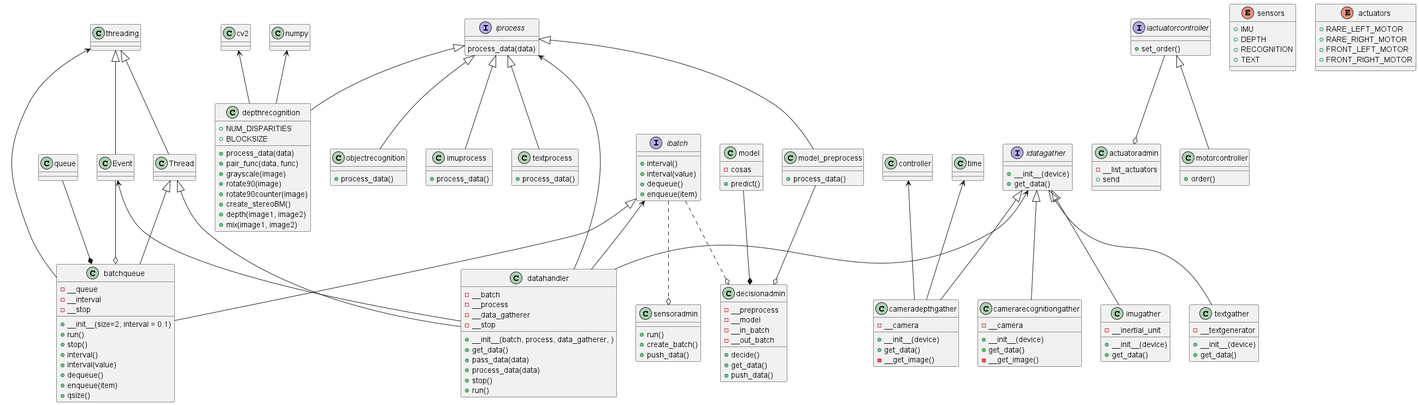
This is Diagrams/Class_Diagram.png from Esk1z0/my_webots_project, a PlantUML export, as it was before one commit.
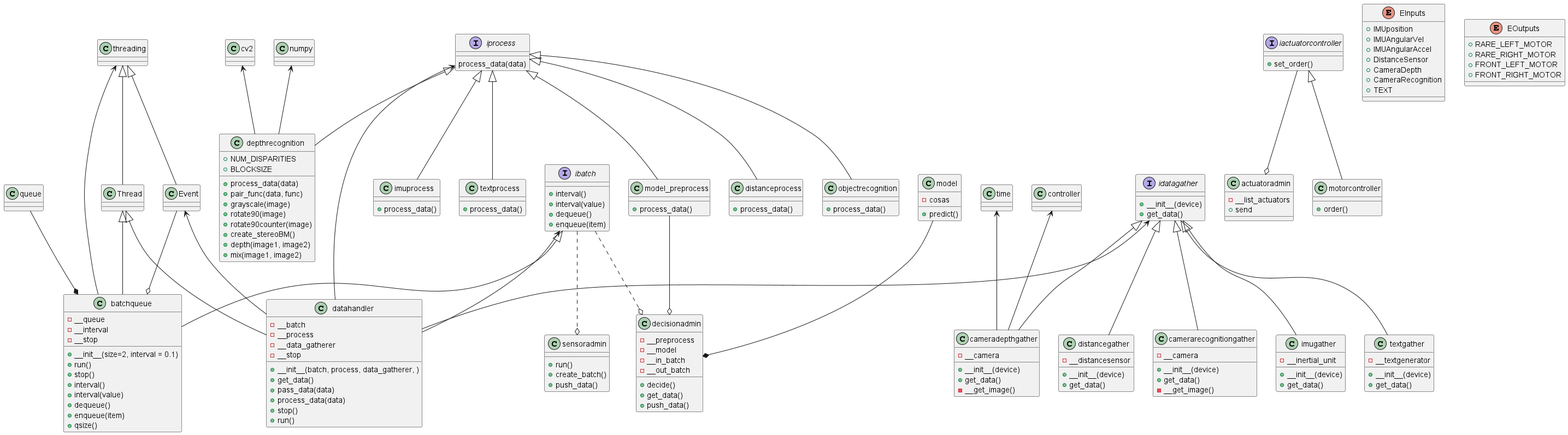
The same diagram one commit later.

Commit message:
changed diagram, added distance sensor, created conatiner for various inputs and refactored enums

Change to the diagram source:
```diff
@@ -37,6 +37,9 @@
 model --* decisionadmin
 model_preprocess --o decisionadmin
 iprocess <-- datahandler
+idatagather <|-- distancegather
+iprocess <|-- distanceprocess
+
 interface iprocess{
     process_data(data)
 }
@@ -171,13 +174,26 @@
     +order()
 }
 
-enum sensors{
-    +IMU
-    +DEPTH
-    +RECOGNITION
+class distancegather{
+    -__distancesensor
+    +__init__(device)
+    +get_data()
+}
+
+class distanceprocess{
+    +process_data()
+}
+
+enum EInputs{
+    +IMUposition
+    +IMUAngularVel
+    +IMUAngularAccel
+    +DistanceSensor
+    +CameraDepth
+    +CameraRecognition
     +TEXT
 }
-enum actuators{
+enum EOutputs{
     +RARE_LEFT_MOTOR
     +RARE_RIGHT_MOTOR
     +FRONT_LEFT_MOTOR
```
